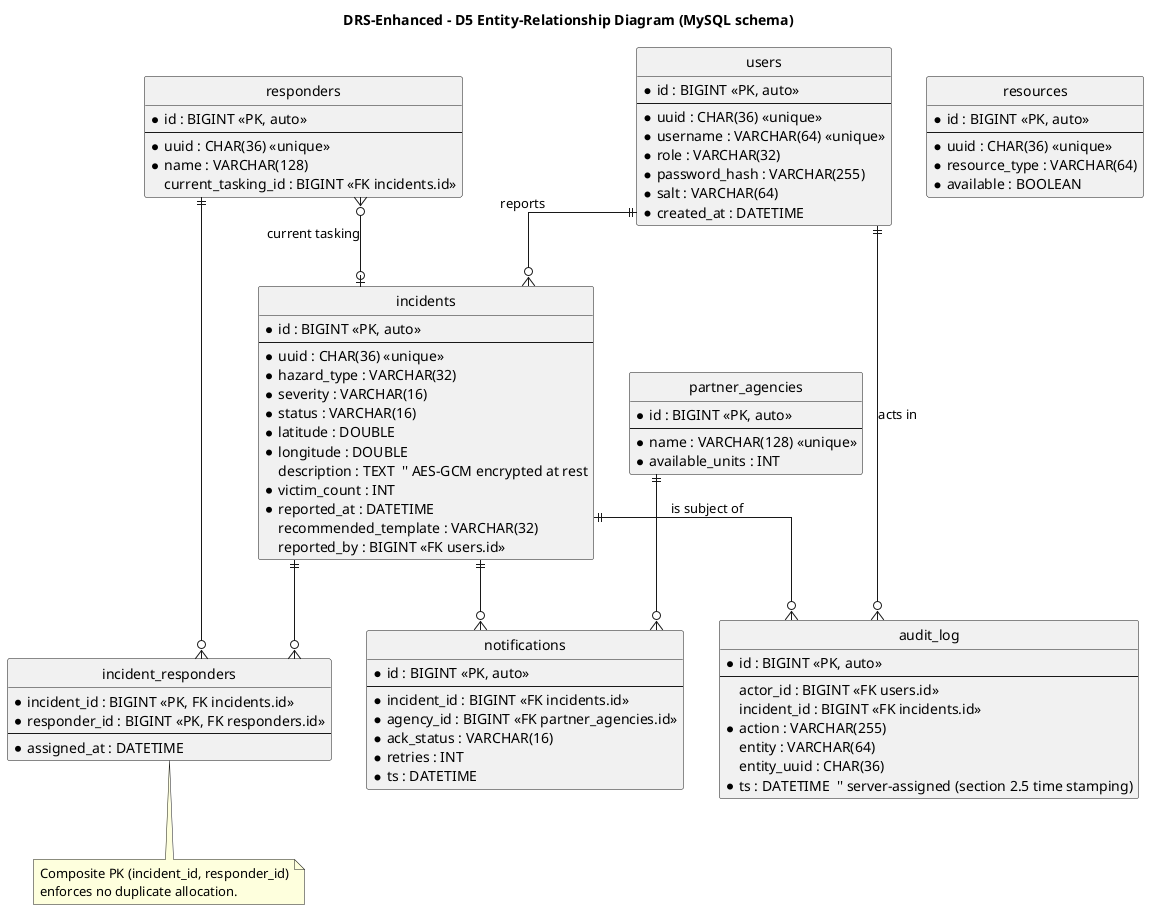
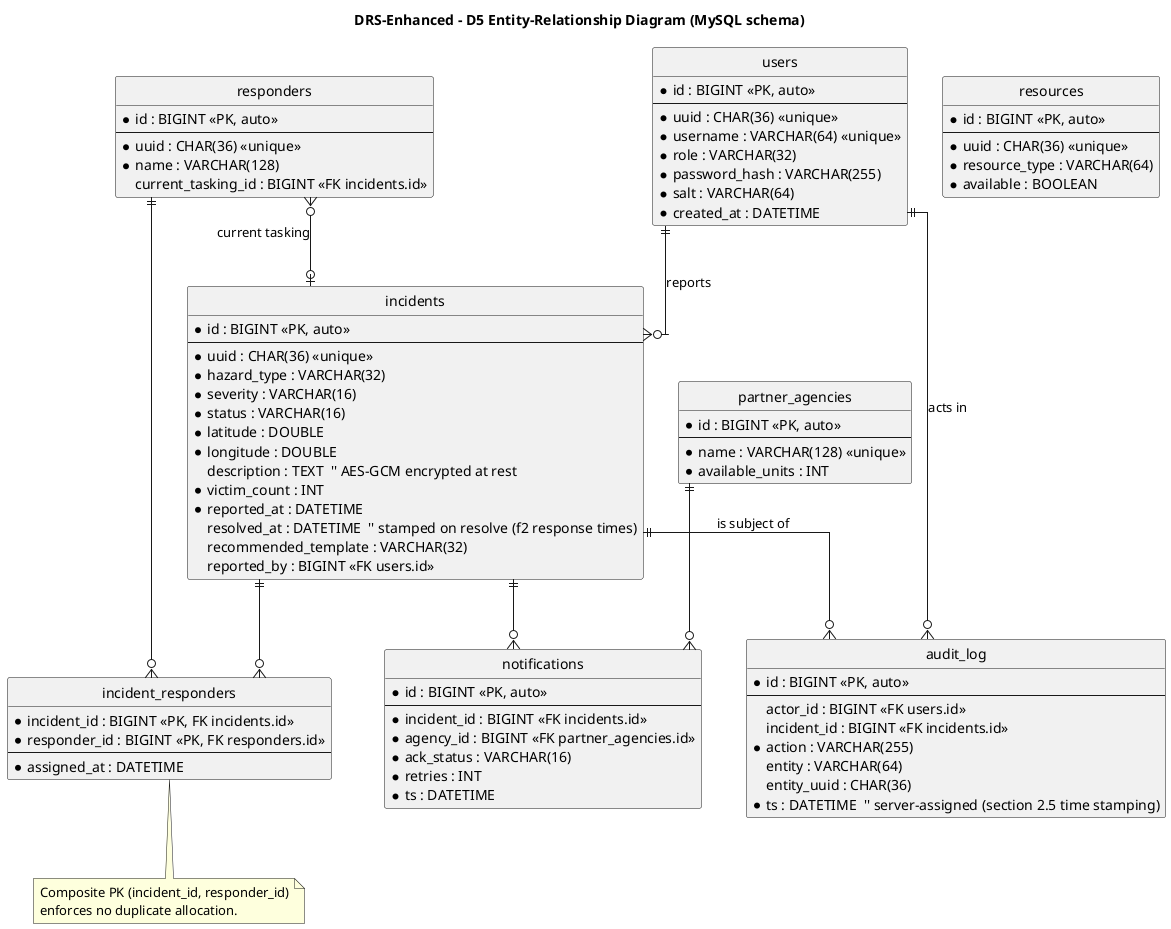
@startuml d5_erd
' Author: Fabian Roberto Guzman (12287570)
title DRS-Enhanced - D5 Entity-Relationship Diagram (MySQL schema)

skinparam linetype ortho
hide circle

' Every table has a database-generated BIGINT AUTO_INCREMENT surrogate key (PK)
' plus a CHAR(36) uuid that carries the domain identity (Assessment 3 section 2.4).

entity users {
  * id : BIGINT <<PK, auto>>
  --
  * uuid : CHAR(36) <<unique>>
  * username : VARCHAR(64) <<unique>>
  * role : VARCHAR(32)
  * password_hash : VARCHAR(255)
  * salt : VARCHAR(64)
  * created_at : DATETIME
}

entity incidents {
  * id : BIGINT <<PK, auto>>
  --
  * uuid : CHAR(36) <<unique>>
  * hazard_type : VARCHAR(32)
  * severity : VARCHAR(16)
  * status : VARCHAR(16)
  * latitude : DOUBLE
  * longitude : DOUBLE
  description : TEXT  '' AES-GCM encrypted at rest
  * victim_count : INT
  * reported_at : DATETIME
+   resolved_at : DATETIME  '' stamped on resolve (f2 response times)
  recommended_template : VARCHAR(32)
  reported_by : BIGINT <<FK users.id>>
}

entity responders {
  * id : BIGINT <<PK, auto>>
  --
  * uuid : CHAR(36) <<unique>>
  * name : VARCHAR(128)
  current_tasking_id : BIGINT <<FK incidents.id>>
}

entity resources {
  * id : BIGINT <<PK, auto>>
  --
  * uuid : CHAR(36) <<unique>>
  * resource_type : VARCHAR(64)
  * available : BOOLEAN
}

entity partner_agencies {
  * id : BIGINT <<PK, auto>>
  --
  * name : VARCHAR(128) <<unique>>
  * available_units : INT
}

entity incident_responders {
  * incident_id : BIGINT <<PK, FK incidents.id>>
  * responder_id : BIGINT <<PK, FK responders.id>>
  --
  * assigned_at : DATETIME
}

entity notifications {
  * id : BIGINT <<PK, auto>>
  --
  * incident_id : BIGINT <<FK incidents.id>>
  * agency_id : BIGINT <<FK partner_agencies.id>>
  * ack_status : VARCHAR(16)
  * retries : INT
  * ts : DATETIME
}

entity audit_log {
  * id : BIGINT <<PK, auto>>
  --
  actor_id : BIGINT <<FK users.id>>
  incident_id : BIGINT <<FK incidents.id>>
  * action : VARCHAR(255)
  entity : VARCHAR(64)
  entity_uuid : CHAR(36)
  * ts : DATETIME  '' server-assigned (section 2.5 time stamping)
}

users ||--o{ incidents : "reports"
users ||--o{ audit_log : "acts in"
incidents ||--o{ audit_log : "is subject of"
incidents ||--o{ incident_responders
responders ||--o{ incident_responders
responders }o--o| incidents : "current tasking"
incidents ||--o{ notifications
partner_agencies ||--o{ notifications

note bottom of incident_responders
  Composite PK (incident_id, responder_id)
  enforces no duplicate allocation.
end note
@enduml
